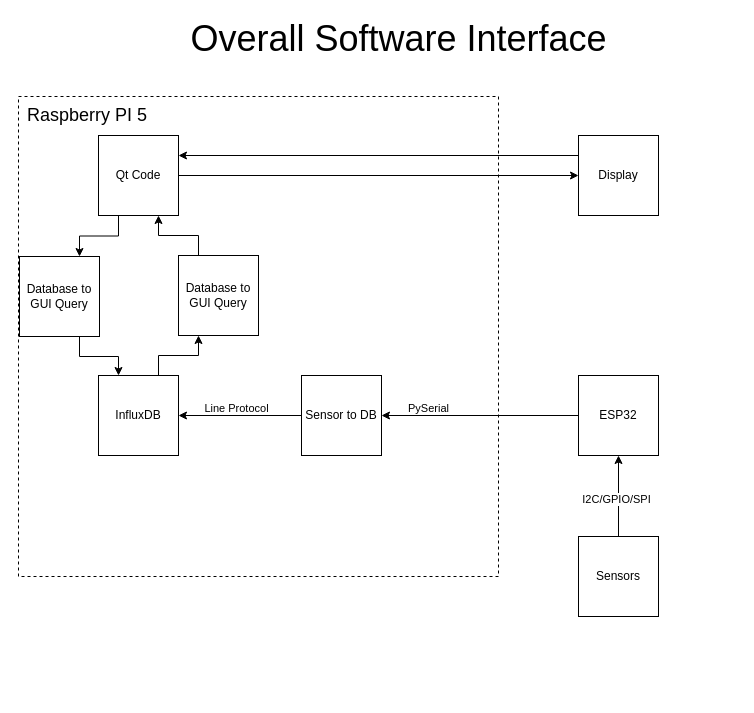
The draw.io diagram diagrams/Overall_Software_Interface.drawio in martintara/kaffeknekt, before the edit. Source tidied: cells renumbered, new cells numbered last; positions are measured from the earlier drawing's top-left corner, leaving out a move shared by most shapes. Both pictures are drawn from the tidied source at 100%, with x=0, y=0 at pixel (17, 23).
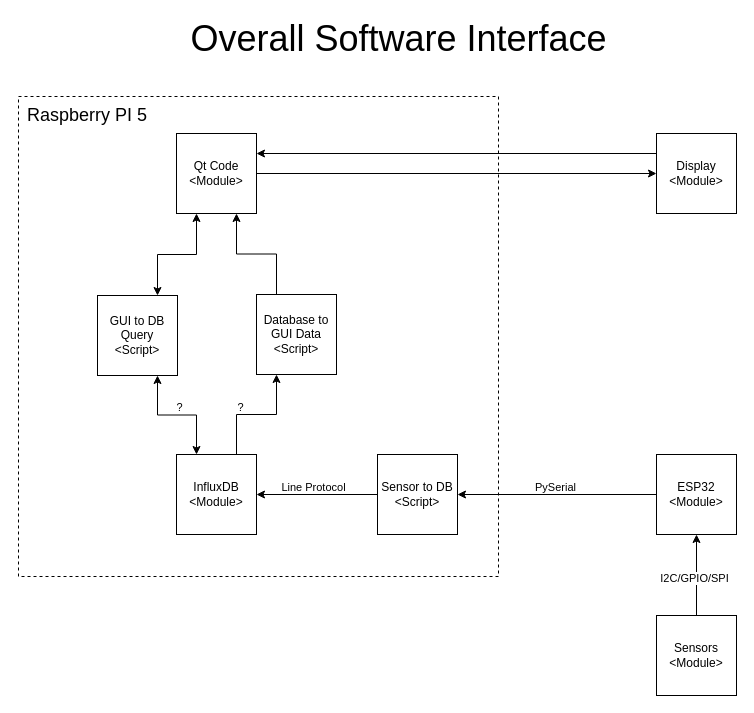
After the change.

Unchanged cells that the change refers to:
```xml
<mxCell id="4" style="edgeStyle=orthogonalEdgeStyle;rounded=0;jettySize=auto;html=1;exitX=0.75;exitY=0;exitDx=0;exitDy=0;entryX=0.25;entryY=1;entryDx=0;entryDy=0;" parent="1" edge="1" source="5" target="22">
  <mxGeometry relative="1" as="geometry" />
</mxCell>
<mxCell id="16" style="edgeStyle=orthogonalEdgeStyle;rounded=0;jettySize=auto;html=1;exitX=0;exitY=0.5;exitDx=0;exitDy=0;entryX=1;entryY=0.5;entryDx=0;entryDy=0;" parent="1" edge="1" source="10" target="20">
  <mxGeometry relative="1" as="geometry" />
</mxCell>
```

The edit, as a diff of the source:
```diff
@@
+    <mxCell id="25" value="?" style="edgeLabel;html=1;align=center;verticalAlign=middle;" parent="4" vertex="1">
+      <mxGeometry x="-0.18" y="1" relative="1" as="geometry">
+        <mxPoint x="-6" y="-7" as="offset" />
+      </mxGeometry>
+    </mxCell>
-    <mxCell id="5" value="InfluxDB" style="whiteSpace=wrap;html=1;" parent="1" vertex="1">
-      <mxGeometry x="81" y="352" width="80" height="80" as="geometry" />
+    <mxCell id="5" value="InfluxDB&lt;br&gt;&amp;lt;Module&amp;gt;" style="whiteSpace=wrap;html=1;" parent="1" vertex="1">
+      <mxGeometry x="159" y="431" width="80" height="80" as="geometry" />
     </mxCell>
@@
-    <mxCell id="7" style="edgeStyle=orthogonalEdgeStyle;rounded=0;jettySize=auto;html=1;exitX=0.25;exitY=1;exitDx=0;exitDy=0;entryX=0.75;entryY=0;entryDx=0;entryDy=0;" parent="1" edge="1" source="8" target="24">
+    <mxCell id="7" style="edgeStyle=orthogonalEdgeStyle;rounded=0;jettySize=auto;html=1;exitX=0.25;exitY=1;exitDx=0;exitDy=0;entryX=0.75;entryY=0;entryDx=0;entryDy=0;startArrow=classic;startFill=1;" parent="1" edge="1" source="8" target="24">
       <mxGeometry relative="1" as="geometry" />
     </mxCell>
-    <mxCell id="8" value="Qt Code" style="whiteSpace=wrap;html=1;" parent="1" vertex="1">
-      <mxGeometry x="81" y="112" width="80" height="80" as="geometry" />
+    <mxCell id="8" value="Qt Code&lt;br&gt;&amp;lt;Module&amp;gt;" style="whiteSpace=wrap;html=1;" parent="1" vertex="1">
+      <mxGeometry x="159" y="110" width="80" height="80" as="geometry" />
     </mxCell>
@@
-    <mxCell id="10" value="ESP32" style="whiteSpace=wrap;html=1;" parent="1" vertex="1">
-      <mxGeometry x="561" y="352" width="80" height="80" as="geometry" />
+    <mxCell id="10" value="ESP32&lt;br&gt;&amp;lt;Module&amp;gt;" style="whiteSpace=wrap;html=1;" parent="1" vertex="1">
+      <mxGeometry x="639" y="431" width="80" height="80" as="geometry" />
     </mxCell>
@@
-    <mxCell id="13" value="Sensors" style="whiteSpace=wrap;html=1;" parent="1" vertex="1">
-      <mxGeometry x="561" y="513" width="80" height="80" as="geometry" />
+    <mxCell id="13" value="Sensors&lt;br&gt;&amp;lt;Module&amp;gt;" style="whiteSpace=wrap;html=1;" parent="1" vertex="1">
+      <mxGeometry x="639" y="592" width="80" height="80" as="geometry" />
     </mxCell>
@@
-    <mxCell id="15" value="Display" style="whiteSpace=wrap;html=1;" parent="1" vertex="1">
-      <mxGeometry x="561" y="112" width="80" height="80" as="geometry" />
+    <mxCell id="15" value="Display&lt;br&gt;&amp;lt;Module&amp;gt;" style="whiteSpace=wrap;html=1;" parent="1" vertex="1">
+      <mxGeometry x="639" y="110" width="80" height="80" as="geometry" />
     </mxCell>
@@
     <mxCell id="17" value="PySerial" style="edgeLabel;html=1;align=center;verticalAlign=middle;" parent="16" vertex="1">
       <mxGeometry x="-0.14" y="1" relative="1" as="geometry">
-        <mxPoint x="-66" y="-9" as="offset" />
+        <mxPoint x="-16" y="-9" as="offset" />
       </mxGeometry>
     </mxCell>
@@
-    <mxCell id="20" value="Sensor to DB" style="whiteSpace=wrap;html=1;" parent="1" vertex="1">
-      <mxGeometry x="284" y="352" width="80" height="80" as="geometry" />
+    <mxCell id="20" value="Sensor to DB&lt;br&gt;&amp;lt;Script&amp;gt;" style="whiteSpace=wrap;html=1;" parent="1" vertex="1">
+      <mxGeometry x="360" y="431" width="80" height="80" as="geometry" />
     </mxCell>
@@
-    <mxCell id="22" value="Database to GUI Query" style="whiteSpace=wrap;html=1;" parent="1" vertex="1">
-      <mxGeometry x="161" y="232" width="80" height="80" as="geometry" />
+    <mxCell id="22" value="Database to GUI Data&lt;div&gt;&amp;lt;Script&amp;gt;&lt;/div&gt;" style="whiteSpace=wrap;html=1;" parent="1" vertex="1">
+      <mxGeometry x="239" y="271" width="80" height="80" as="geometry" />
     </mxCell>
-    <mxCell id="23" style="edgeStyle=orthogonalEdgeStyle;rounded=0;jettySize=auto;html=1;exitX=0.75;exitY=1;exitDx=0;exitDy=0;entryX=0.25;entryY=0;entryDx=0;entryDy=0;" parent="1" edge="1" source="24" target="5">
+    <mxCell id="23" style="edgeStyle=orthogonalEdgeStyle;rounded=0;jettySize=auto;html=1;exitX=0.75;exitY=1;exitDx=0;exitDy=0;entryX=0.25;entryY=0;entryDx=0;entryDy=0;startArrow=classic;startFill=1;" parent="1" edge="1" source="24" target="5">
       <mxGeometry relative="1" as="geometry" />
     </mxCell>
+    <mxCell id="26" value="?" style="edgeLabel;html=1;align=center;verticalAlign=middle;" parent="23" vertex="1">
+      <mxGeometry x="0.03" y="-1" relative="1" as="geometry">
+        <mxPoint y="-9" as="offset" />
+      </mxGeometry>
+    </mxCell>
-    <mxCell id="24" value="Database to GUI Query" style="whiteSpace=wrap;html=1;" parent="1" vertex="1">
-      <mxGeometry x="2" y="233" width="80" height="80" as="geometry" />
+    <mxCell id="24" value="GUI to DB Query&lt;br&gt;&amp;lt;Script&amp;gt;" style="whiteSpace=wrap;html=1;" parent="1" vertex="1">
+      <mxGeometry x="80" y="272" width="80" height="80" as="geometry" />
     </mxCell>
```
